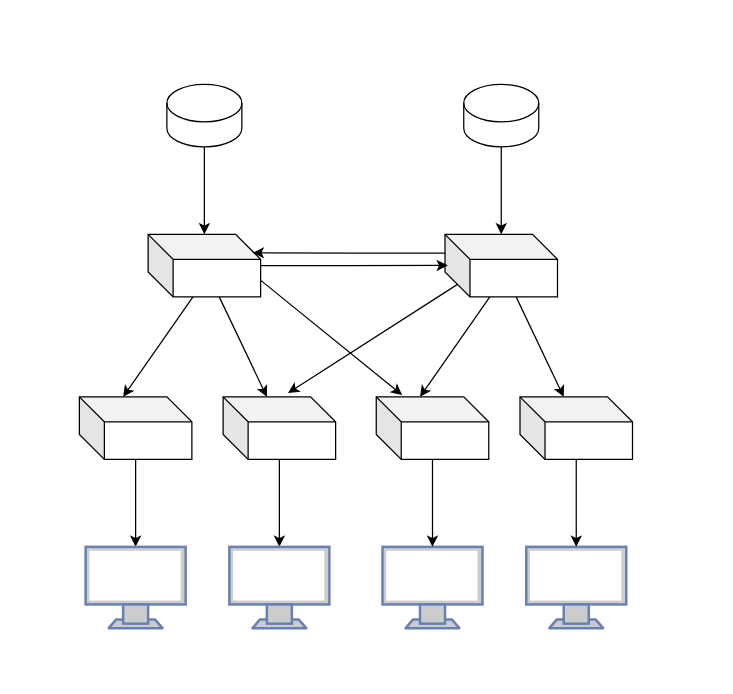
The draw.io diagram tier1.drawio in diazflorian/diagrams, before the edit. Source tidied: cells renumbered, new cells numbered last; positions are measured from the earlier drawing's top-left corner, leaving out a move shared by most shapes. Both pictures are drawn from the tidied source at 125%, with x=0, y=0 at pixel (79, 84).
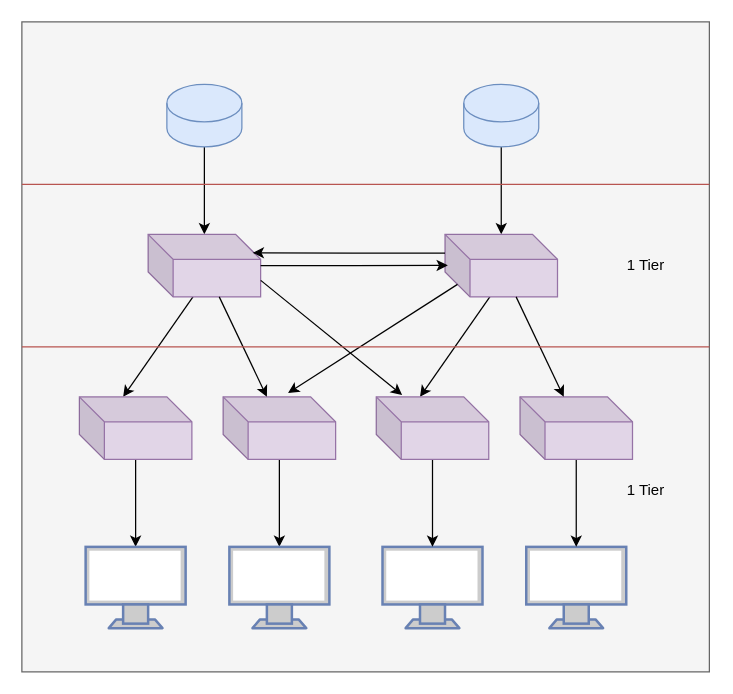
The same page after the edit.

What changed in the source:
```diff
@@
+    <mxCell id="28" style="rounded=0;whiteSpace=wrap;html=1;fillColor=#f5f5f5;fontColor=#333333;strokeColor=#666666;" parent="1" vertex="1">
+      <mxGeometry x="-46" y="-50" width="550" height="520" as="geometry" />
+    </mxCell>
@@
-    <mxCell id="3" style="shape=cylinder3;whiteSpace=wrap;html=1;boundedLbl=1;backgroundOutline=1;size=15;" parent="1" vertex="1">
+    <mxCell id="3" style="shape=cylinder3;whiteSpace=wrap;html=1;boundedLbl=1;backgroundOutline=1;size=15;fillColor=#dae8fc;strokeColor=#6c8ebf;" parent="1" vertex="1">
       <mxGeometry x="70" width="60" height="50" as="geometry" />
     </mxCell>
@@
-    <mxCell id="5" style="shape=cylinder3;whiteSpace=wrap;html=1;boundedLbl=1;backgroundOutline=1;size=15;" parent="1" vertex="1">
+    <mxCell id="5" style="shape=cylinder3;whiteSpace=wrap;html=1;boundedLbl=1;backgroundOutline=1;size=15;fillColor=#dae8fc;strokeColor=#6c8ebf;" parent="1" vertex="1">
       <mxGeometry x="307.5" width="60" height="50" as="geometry" />
     </mxCell>
@@
-    <mxCell id="7" style="shape=cube;whiteSpace=wrap;html=1;boundedLbl=1;backgroundOutline=1;darkOpacity=0.05;darkOpacity2=0.1;" parent="1" vertex="1">
+    <mxCell id="7" style="shape=cube;whiteSpace=wrap;html=1;boundedLbl=1;backgroundOutline=1;darkOpacity=0.05;darkOpacity2=0.1;fillColor=#e1d5e7;strokeColor=#9673a6;" parent="1" vertex="1">
       <mxGeometry x="55" y="120" width="90" height="50" as="geometry" />
     </mxCell>
@@
-    <mxCell id="9" style="shape=cube;whiteSpace=wrap;html=1;boundedLbl=1;backgroundOutline=1;darkOpacity=0.05;darkOpacity2=0.1;" parent="1" vertex="1">
+    <mxCell id="9" style="shape=cube;whiteSpace=wrap;html=1;boundedLbl=1;backgroundOutline=1;darkOpacity=0.05;darkOpacity2=0.1;fillColor=#e1d5e7;strokeColor=#9673a6;" parent="1" vertex="1">
       <mxGeometry x="115" y="250" width="90" height="50" as="geometry" />
     </mxCell>
@@
-    <mxCell id="11" style="shape=cube;whiteSpace=wrap;html=1;boundedLbl=1;backgroundOutline=1;darkOpacity=0.05;darkOpacity2=0.1;" parent="1" vertex="1">
+    <mxCell id="11" style="shape=cube;whiteSpace=wrap;html=1;boundedLbl=1;backgroundOutline=1;darkOpacity=0.05;darkOpacity2=0.1;fillColor=#e1d5e7;strokeColor=#9673a6;" parent="1" vertex="1">
       <mxGeometry y="250" width="90" height="50" as="geometry" />
     </mxCell>
@@
-    <mxCell id="18" style="shape=cube;whiteSpace=wrap;html=1;boundedLbl=1;backgroundOutline=1;darkOpacity=0.05;darkOpacity2=0.1;" parent="1" vertex="1">
+    <mxCell id="18" style="shape=cube;whiteSpace=wrap;html=1;boundedLbl=1;backgroundOutline=1;darkOpacity=0.05;darkOpacity2=0.1;fillColor=#e1d5e7;strokeColor=#9673a6;" parent="1" vertex="1">
       <mxGeometry x="292.5" y="120" width="90" height="50" as="geometry" />
     </mxCell>
@@
-    <mxCell id="20" style="shape=cube;whiteSpace=wrap;html=1;boundedLbl=1;backgroundOutline=1;darkOpacity=0.05;darkOpacity2=0.1;" parent="1" vertex="1">
+    <mxCell id="20" style="shape=cube;whiteSpace=wrap;html=1;boundedLbl=1;backgroundOutline=1;darkOpacity=0.05;darkOpacity2=0.1;fillColor=#e1d5e7;strokeColor=#9673a6;" parent="1" vertex="1">
       <mxGeometry x="352.5" y="250" width="90" height="50" as="geometry" />
     </mxCell>
@@
-    <mxCell id="22" style="shape=cube;whiteSpace=wrap;html=1;boundedLbl=1;backgroundOutline=1;darkOpacity=0.05;darkOpacity2=0.1;" parent="1" vertex="1">
+    <mxCell id="22" style="shape=cube;whiteSpace=wrap;html=1;boundedLbl=1;backgroundOutline=1;darkOpacity=0.05;darkOpacity2=0.1;fillColor=#e1d5e7;strokeColor=#9673a6;" parent="1" vertex="1">
       <mxGeometry x="237.5" y="250" width="90" height="50" as="geometry" />
     </mxCell>
@@
+    <mxCell id="29" style="html=1;rounded=0;exitX=0;exitY=0.25;exitDx=0;exitDy=0;entryX=1;entryY=0.25;entryDx=0;entryDy=0;endArrow=none;endFill=0;fillColor=#f8cecc;strokeColor=#b85450;" parent="1" edge="1" source="28" target="28">
+      <mxGeometry relative="1" as="geometry" />
+    </mxCell>
+    <mxCell id="30" style="endArrow=none;html=1;rounded=0;exitX=0;exitY=0.5;exitDx=0;exitDy=0;entryX=1;entryY=0.5;entryDx=0;entryDy=0;fillColor=#f8cecc;strokeColor=#b85450;" parent="1" edge="1" source="28" target="28">
+      <mxGeometry relative="1" as="geometry" />
+    </mxCell>
+    <mxCell id="31" value="1 Tier&amp;nbsp;" style="text;html=1;align=center;verticalAlign=middle;whiteSpace=wrap;rounded=0;" parent="1" vertex="1">
+      <mxGeometry x="425" y="130" width="60" height="30" as="geometry" />
+    </mxCell>
+    <mxCell id="32" value="1 Tier&amp;nbsp;" style="text;html=1;align=center;verticalAlign=middle;whiteSpace=wrap;rounded=0;" parent="1" vertex="1">
+      <mxGeometry x="425" y="310" width="60" height="30" as="geometry" />
+    </mxCell>
```
